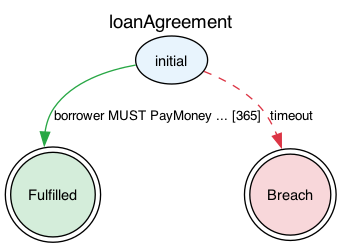
Before: jl4/examples/state-graphs/loanAgreement.png, a diagram exported from Graphviz (legalese/l4-ide). Its source is kept beside it as jl4/examples/state-graphs/loanAgreement.dot. Its diagram source:
```dot
digraph {
    graph [rankdir=TB
          ,label=loanAgreement
          ,labelloc=t
          ,fontname=Helvetica
          ,fontsize=14];
    node [fontname=Helvetica
         ,fontsize=11];
    edge [fontname=Helvetica
         ,fontsize=10];
    0 [label=initial
      ,fillcolor=white
      ,style=filled
      ,shape=ellipse
      ,fillcolor="#e8f4fd"];
    1 [label=Fulfilled
      ,fillcolor=white
      ,style=filled
      ,shape=doublecircle
      ,fillcolor="#d4edda"];
    2 [label=Breach
      ,fillcolor=white
      ,style=filled
      ,shape=doublecircle
      ,fillcolor="#f8d7da"];
    0 -> 1 [label="borrower MUST PayMoney ... [365]"
           ,color="#28a745"
           ,style=solid];
    0 -> 2 [label=timeout
           ,color="#dc3545"
           ,style=dashed];
}
```
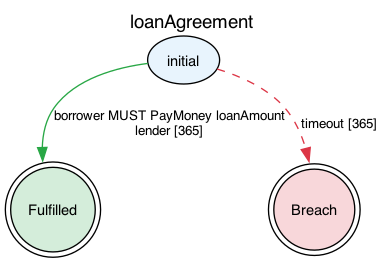
After the commit.

Change to the diagram source:
```diff
@@ -23,10 +23,10 @@
       ,style=filled
       ,shape=doublecircle
       ,fillcolor="#f8d7da"];
-    0 -> 1 [label="borrower MUST PayMoney ... [365]"
+    0 -> 1 [label="borrower MUST PayMoney loanAmount\nlender [365]"
            ,color="#28a745"
            ,style=solid];
-    0 -> 2 [label=timeout
+    0 -> 2 [label="timeout [365]"
            ,color="#dc3545"
            ,style=dashed];
 }
```
